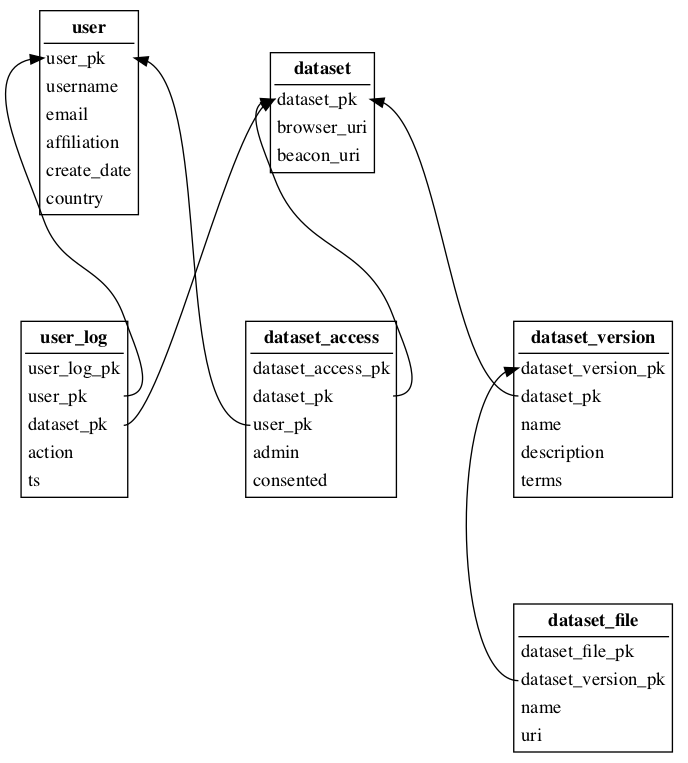
This is schema.dot.png from NBISweden/swefreq, a Graphviz export, as it was before one commit. Its source is kept beside it as schema.dot.
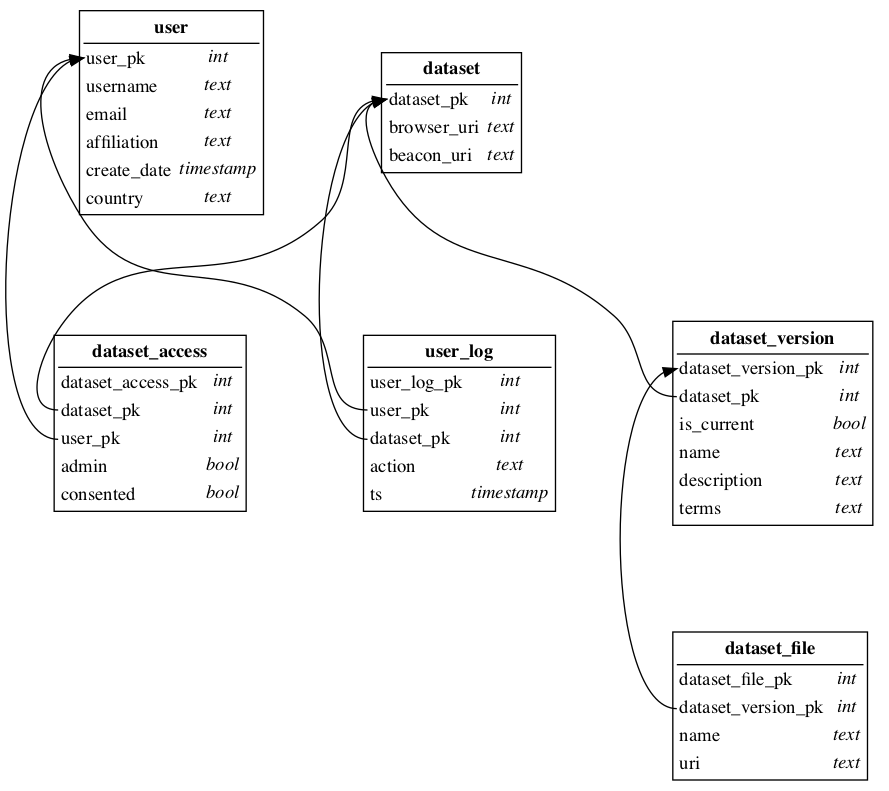
After the commit.

Commit message:
Added types and `is_current` column in dataset_version table.

Diff of the diagram source:
```diff
@@ -9,56 +9,57 @@
     }
     */
         user [ label=<<table border="1" cellborder="0" align="left">
-            <tr><td border="1" sides="b"><b>user</b></td></tr>
-            <tr><td align="left" port="pk">user_pk</td></tr>
-            <tr><td align="left">username</td></tr>
-            <tr><td align="left" port="email">email</td></tr>
-            <tr><td align="left">affiliation</td></tr>
-            <tr><td align="left">create_date</td></tr>
-            <tr><td align="left">country</td></tr>
+            <tr><td border="1" sides="b" colspan="2"><b>user</b></td></tr>
+            <tr><td align="left" port="pk">user_pk</td><td><i>int</i></td></tr>
+            <tr><td align="left">username</td><td><i>text</i></td></tr>
+            <tr><td align="left" port="email">email</td><td><i>text</i></td></tr>
+            <tr><td align="left">affiliation</td><td><i>text</i></td></tr>
+            <tr><td align="left">create_date</td><td><i>timestamp</i></td></tr>
+            <tr><td align="left">country</td><td><i>text</i></td></tr>
             </table>> ];
 
         dataset [ label=<<table border="1" cellborder="0">
-            <tr><td border="1" sides="b"><b>dataset</b></td></tr>
-            <tr><td align="left" port="pk">dataset_pk</td></tr>
-            <tr><td align="left">browser_uri</td></tr>
-            <tr><td align="left">beacon_uri</td></tr>
+            <tr><td border="1" sides="b" colspan="2"><b>dataset</b></td></tr>
+            <tr><td align="left" port="pk">dataset_pk</td><td><i>int</i></td></tr>
+            <tr><td align="left">browser_uri</td>         <td><i>text</i></td></tr>
+            <tr><td align="left">beacon_uri</td>          <td><i>text</i></td></tr>
             </table>> ];
 
         user_log [ label=<<table border="1" cellborder="0">
-            <tr><td border="1" sides="b"><b>user_log</b></td></tr>
-            <tr><td align="left" port="pk">user_log_pk</td></tr>
-            <tr><td align="left" port="user_pk">user_pk</td></tr>
-            <tr><td align="left" port="dataset">dataset_pk</td></tr>
-            <tr><td align="left">action</td></tr>
-            <tr><td align="left">ts</td></tr>
+            <tr><td border="1" sides="b" colspan="2"><b>user_log</b></td></tr>
+            <tr><td align="left" port="pk">user_log_pk</td><td><i>int</i></td></tr>
+            <tr><td align="left" port="user_pk">user_pk</td><td><i>int</i></td></tr>
+            <tr><td align="left" port="dataset">dataset_pk</td><td><i>int</i></td></tr>
+            <tr><td align="left">action</td><td><i>text</i></td></tr>
+            <tr><td align="left">ts</td><td><i>timestamp</i></td></tr>
             </table>> ];
 
         dataset_access [ label=<<table border="1" cellborder="0">
-            <tr><td border="1" sides="b"><b>dataset_access</b></td></tr>
-            <tr><td align="left" port="pk">dataset_access_pk</td></tr>
-            <tr><td align="left" port="dataset">dataset_pk</td></tr>
-            <tr><td align="left" port="user">user_pk</td></tr>
-            <tr><td align="left">admin</td></tr>
-            <tr><td align="left">consented</td></tr>
+            <tr><td border="1" sides="b" colspan="2"><b>dataset_access</b></td></tr>
+            <tr><td align="left" port="pk">dataset_access_pk</td><td><i>int</i></td></tr>
+            <tr><td align="left" port="dataset">dataset_pk</td><td><i>int</i></td></tr>
+            <tr><td align="left" port="user">user_pk</td><td><i>int</i></td></tr>
+            <tr><td align="left">admin</td><td><i>bool</i></td></tr>
+            <tr><td align="left">consented</td><td><i>bool</i></td></tr>
             </table>> ];
 
 
         dataset_version [ label=<<table border="1" cellborder="0">
-            <tr><td border="1" sides="b"><b>dataset_version</b></td></tr>
-            <tr><td align="left" port="pk">dataset_version_pk</td></tr>
-            <tr><td align="left" port="dataset">dataset_pk</td></tr>
-            <tr><td align="left">name</td></tr>
-            <tr><td align="left">description</td></tr>
-            <tr><td align="left">terms</td></tr>
+            <tr><td border="1" sides="b" colspan="2"><b>dataset_version</b></td></tr>
+            <tr><td align="left" port="pk">dataset_version_pk</td><td><i>int</i></td></tr>
+            <tr><td align="left" port="dataset">dataset_pk</td><td><i>int</i></td></tr>
+            <tr><td align="left">is_current</td><td><i>bool</i></td></tr>
+            <tr><td align="left">name</td><td><i>text</i></td></tr>
+            <tr><td align="left">description</td><td><i>text</i></td></tr>
+            <tr><td align="left">terms</td><td><i>text</i></td></tr>
             </table>> ];
 
         dataset_file [ label=<<table border="1" cellborder="0">
-            <tr><td border="1" sides="b"><b>dataset_file</b></td></tr>
-            <tr><td align="left" port="pk">dataset_file_pk</td></tr>
-            <tr><td align="left" port="dv">dataset_version_pk</td></tr>
-            <tr><td align="left">name</td></tr>
-            <tr><td align="left">uri</td></tr>
+            <tr><td border="1" sides="b" colspan="2"><b>dataset_file</b></td></tr>
+            <tr><td align="left" port="pk">dataset_file_pk</td><td><i>int</i></td></tr>
+            <tr><td align="left" port="dv">dataset_version_pk</td><td><i>int</i></td></tr>
+            <tr><td align="left">name</td><td><i>text</i></td></tr>
+            <tr><td align="left">uri</td><td><i>text</i></td></tr>
             </table>> ];
 
 
```
